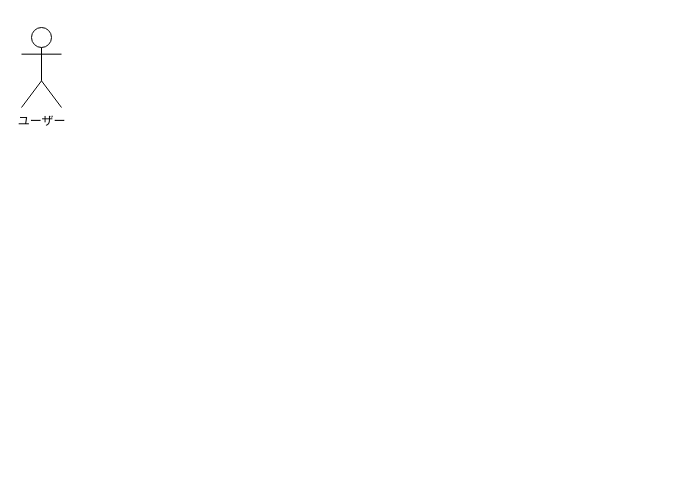
This is page "新規登録" (1 of 8) of out/ロバストネス図/ユーザー-ロバストネス図.drawio from ksw2270227/GroupF, a draw.io file, before an edit. Source tidied: cells renumbered, new cells numbered last; positions are measured from the earlier drawing's top-left corner, leaving out a move shared by most shapes. Both pictures are drawn from the tidied source at 100%, with x=0, y=0 at pixel (21, 27).
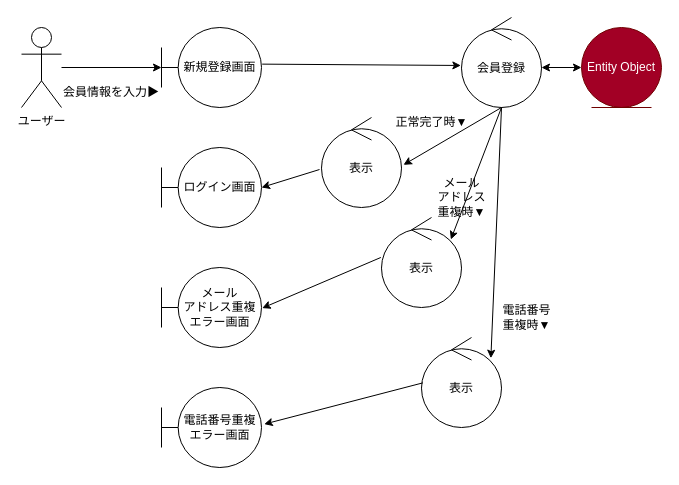
Above is the later version.

Unchanged cells that the change refers to:
```xml
<mxCell id="2" value="ユーザー" style="shape=umlActor;verticalLabelPosition=bottom;verticalAlign=top;html=1;outlineConnect=0;" parent="1" vertex="1">
  <mxGeometry width="40" height="80" as="geometry" />
</mxCell>
```

What changed in the source:
```diff
@@
+    <mxCell id="3" value="表示" style="ellipse;shape=umlControl;whiteSpace=wrap;html=1;" parent="1" vertex="1">
+      <mxGeometry x="300" y="90" width="80" height="90" as="geometry" />
+    </mxCell>
+    <mxCell id="4" value="Entity Object" style="ellipse;shape=umlEntity;whiteSpace=wrap;html=1;fillColor=#a20025;fontColor=#ffffff;strokeColor=#6F0000;" parent="1" vertex="1">
+      <mxGeometry x="560" width="80" height="80" as="geometry" />
+    </mxCell>
+    <mxCell id="5" value="新規登録画面" style="shape=umlBoundary;whiteSpace=wrap;html=1;" parent="1" vertex="1">
+      <mxGeometry x="140" width="100" height="80" as="geometry" />
+    </mxCell>
+    <mxCell id="6" value="メール&lt;br&gt;アドレス重複&lt;br&gt;エラー画面" style="shape=umlBoundary;whiteSpace=wrap;html=1;" parent="1" vertex="1">
+      <mxGeometry x="140" y="240" width="100" height="80" as="geometry" />
+    </mxCell>
+    <mxCell id="7" value="ログイン画面" style="shape=umlBoundary;whiteSpace=wrap;html=1;" parent="1" vertex="1">
+      <mxGeometry x="140" y="120" width="100" height="80" as="geometry" />
+    </mxCell>
+    <mxCell id="8" value="表示" style="ellipse;shape=umlControl;whiteSpace=wrap;html=1;" parent="1" vertex="1">
+      <mxGeometry x="360" y="190" width="80" height="90" as="geometry" />
+    </mxCell>
+    <mxCell id="9" value="会員登録" style="ellipse;shape=umlControl;whiteSpace=wrap;html=1;" parent="1" vertex="1">
+      <mxGeometry x="440" y="-10" width="80" height="90" as="geometry" />
+    </mxCell>
+    <mxCell id="10" style="endArrow=classic;html=1;" parent="1" edge="1" source="2">
+      <mxGeometry relative="1" as="geometry">
+        <mxPoint x="140" y="40" as="targetPoint" />
+      </mxGeometry>
+    </mxCell>
+    <mxCell id="11" style="endArrow=classic;html=1;exitX=1.007;exitY=0.458;exitDx=0;exitDy=0;exitPerimeter=0;entryX=-0.008;entryY=0.533;entryDx=0;entryDy=0;entryPerimeter=0;" parent="1" edge="1" source="5" target="9">
+      <mxGeometry relative="1" as="geometry" />
+    </mxCell>
+    <mxCell id="12" style="endArrow=classic;startArrow=classic;html=1;entryX=0;entryY=0.5;entryDx=0;entryDy=0;" parent="1" edge="1" target="4">
+      <mxGeometry relative="1" as="geometry">
+        <mxPoint x="520" y="40" as="sourcePoint" />
+      </mxGeometry>
+    </mxCell>
+    <mxCell id="13" style="endArrow=classic;html=1;entryX=1.025;entryY=0.526;entryDx=0;entryDy=0;entryPerimeter=0;" parent="1" edge="1" target="3">
+      <mxGeometry relative="1" as="geometry">
+        <mxPoint x="480" y="80" as="sourcePoint" />
+      </mxGeometry>
+    </mxCell>
+    <mxCell id="14" style="endArrow=classic;html=1;exitX=-0.025;exitY=0.578;exitDx=0;exitDy=0;exitPerimeter=0;" parent="1" edge="1" source="3">
+      <mxGeometry relative="1" as="geometry">
+        <mxPoint x="240" y="160" as="targetPoint" />
+      </mxGeometry>
+    </mxCell>
+    <mxCell id="15" style="endArrow=classic;html=1;entryX=0.867;entryY=0.244;entryDx=0;entryDy=0;entryPerimeter=0;" parent="1" edge="1" target="8">
+      <mxGeometry relative="1" as="geometry">
+        <mxPoint x="480" y="80" as="sourcePoint" />
+      </mxGeometry>
+    </mxCell>
+    <mxCell id="16" style="endArrow=classic;html=1;exitX=-0.008;exitY=0.444;exitDx=0;exitDy=0;exitPerimeter=0;entryX=1.007;entryY=0.508;entryDx=0;entryDy=0;entryPerimeter=0;" parent="1" edge="1" source="8" target="6">
+      <mxGeometry relative="1" as="geometry" />
+    </mxCell>
+    <mxCell id="17" value="会員情報を入力▶" style="text;html=1;strokeColor=none;fillColor=none;align=center;verticalAlign=middle;whiteSpace=wrap;rounded=0;" parent="1" vertex="1">
+      <mxGeometry x="40" y="50" width="100" height="30" as="geometry" />
+    </mxCell>
+    <mxCell id="18" value="表示" style="ellipse;shape=umlControl;whiteSpace=wrap;html=1;" parent="1" vertex="1">
+      <mxGeometry x="400" y="310" width="80" height="90" as="geometry" />
+    </mxCell>
+    <mxCell id="19" value="電話番号重複エラー画面" style="shape=umlBoundary;whiteSpace=wrap;html=1;" parent="1" vertex="1">
+      <mxGeometry x="140" y="360" width="100" height="80" as="geometry" />
+    </mxCell>
+    <mxCell id="20" style="endArrow=classic;html=1;entryX=1.027;entryY=0.458;entryDx=0;entryDy=0;entryPerimeter=0;exitX=0.017;exitY=0.504;exitDx=0;exitDy=0;exitPerimeter=0;" parent="1" edge="1" source="18" target="19">
+      <mxGeometry relative="1" as="geometry" />
+    </mxCell>
+    <mxCell id="21" style="endArrow=classic;html=1;entryX=0.867;entryY=0.23;entryDx=0;entryDy=0;entryPerimeter=0;" parent="1" edge="1" target="18">
+      <mxGeometry relative="1" as="geometry">
+        <mxPoint x="480" y="80" as="sourcePoint" />
+      </mxGeometry>
+    </mxCell>
+    <mxCell id="22" value="メール&lt;br&gt;アドレス&lt;br&gt;重複時▼" style="text;html=1;align=center;verticalAlign=middle;strokeColor=none;fillColor=none;" parent="1" vertex="1">
+      <mxGeometry x="405" y="140" width="70" height="60" as="geometry" />
+    </mxCell>
+    <mxCell id="23" value="電話番号&lt;br&gt;重複時▼" style="text;html=1;align=center;verticalAlign=middle;strokeColor=none;fillColor=none;" parent="1" vertex="1">
+      <mxGeometry x="470" y="270" width="70" height="40" as="geometry" />
+    </mxCell>
+    <mxCell id="24" value="正常完了時▼" style="text;html=1;align=center;verticalAlign=middle;strokeColor=none;fillColor=none;" parent="1" vertex="1">
+      <mxGeometry x="360" y="80" width="100" height="30" as="geometry" />
+    </mxCell>
```
